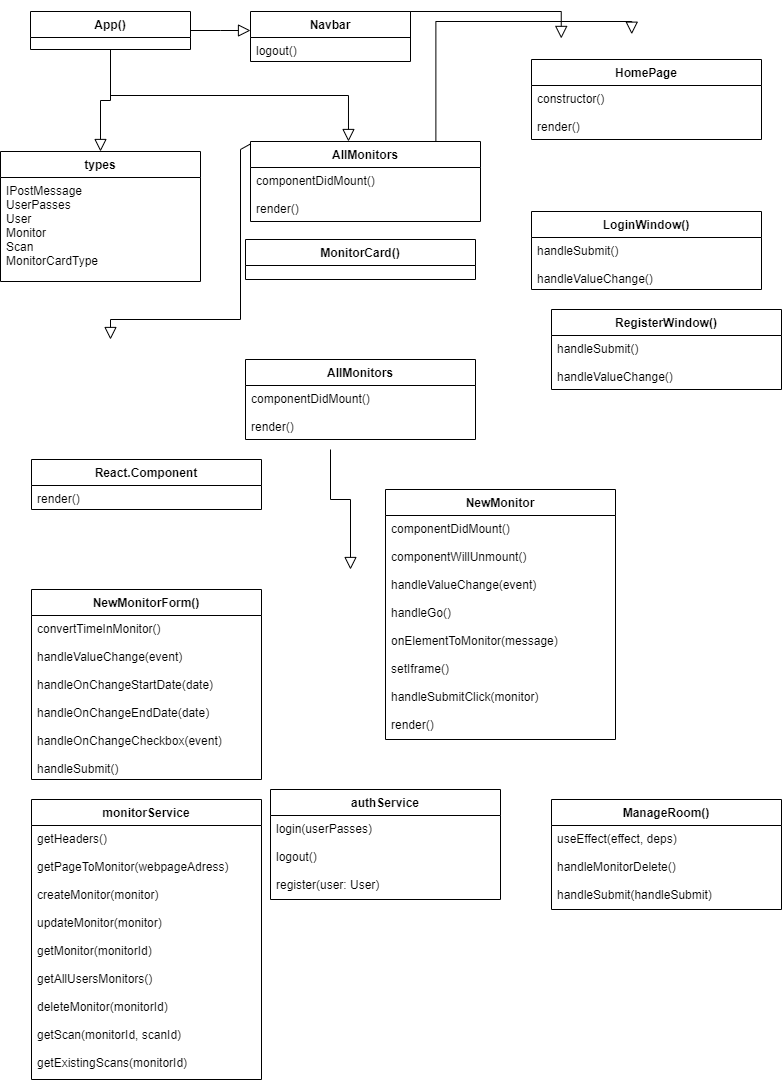
Earlier version of the draw.io export pdf/class-uml-front.png (JanKulbinski/WebsiteMonitor). Source tidied: cells renumbered, new cells last; positions are measured from the earlier drawing's top-left corner, leaving out a move shared by most shapes.
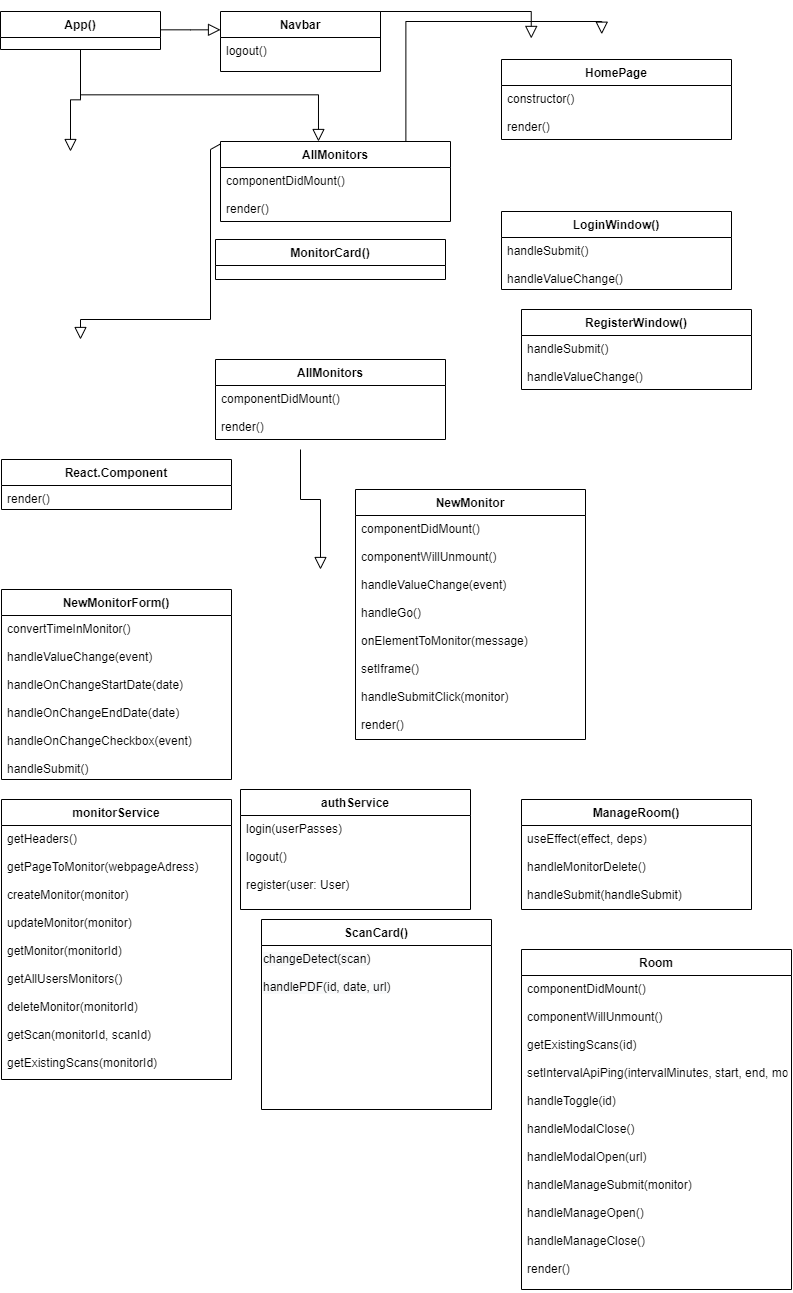
The same diagram one commit later.

Commit message:
get existing scan bug fixed

What changed in the source:
```diff
@@ -3,10 +3,10 @@
     <mxCell id="0" />
     <mxCell id="1" parent="0" />
     <mxCell id="2" value="Navbar" style="swimlane;fontStyle=1;align=center;verticalAlign=top;horizontal=1;startSize=26;rounded=0;shadow=0;strokeWidth=1;" parent="1" vertex="1">
-      <mxGeometry x="250" width="160" height="50" as="geometry" />
+      <mxGeometry x="250" width="160" height="60" as="geometry" />
     </mxCell>
     <mxCell id="3" value="logout()&#10;&#10;" style="text;align=left;verticalAlign=top;spacingLeft=4;spacingRight=4;overflow=hidden;" parent="2" vertex="1">
-      <mxGeometry y="26" width="160" height="24" as="geometry" />
+      <mxGeometry y="26" width="160" height="34" as="geometry" />
     </mxCell>
     <mxCell id="4" value="AllMonitors" style="swimlane;fontStyle=1;align=center;verticalAlign=top;horizontal=1;startSize=26;rounded=0;shadow=0;strokeWidth=1;" parent="1" vertex="1">
       <mxGeometry x="250" y="130" width="230" height="80" as="geometry" />
@@ -23,14 +23,10 @@
     <mxCell id="8" style="endArrow=block;endSize=10;endFill=0;shadow=0;strokeWidth=1;rounded=0;edgeStyle=elbowEdgeStyle;elbow=vertical;" parent="1" edge="1" source="7" target="2">
       <mxGeometry relative="1" as="geometry" />
     </mxCell>
-    <mxCell id="9" value="types" style="swimlane;fontStyle=1;align=center;verticalAlign=top;horizontal=1;startSize=26;" parent="1" vertex="1">
-      <mxGeometry y="140" width="200" height="130" as="geometry" />
-    </mxCell>
-    <mxCell id="10" value="IPostMessage&#10;UserPasses&#10;User&#10;Monitor&#10;Scan&#10;MonitorCardType&#10;" style="text;strokeColor=none;fillColor=none;align=left;verticalAlign=top;spacingLeft=4;spacingRight=4;overflow=hidden;" parent="9" vertex="1">
-      <mxGeometry y="26" width="200" height="104" as="geometry" />
-    </mxCell>
-    <mxCell id="11" style="endArrow=block;endSize=10;endFill=0;shadow=0;strokeWidth=1;rounded=0;edgeStyle=elbowEdgeStyle;elbow=vertical;exitX=0.5;exitY=1;exitDx=0;exitDy=0;" parent="1" edge="1" source="7" target="9">
-      <mxGeometry relative="1" as="geometry" />
+    <mxCell id="11" style="endArrow=block;endSize=10;endFill=0;shadow=0;strokeWidth=1;rounded=0;edgeStyle=elbowEdgeStyle;elbow=vertical;exitX=0.5;exitY=1;exitDx=0;exitDy=0;" parent="1" edge="1" source="7">
+      <mxGeometry relative="1" as="geometry">
+        <mxPoint x="100" y="140" as="targetPoint" />
+      </mxGeometry>
     </mxCell>
     <mxCell id="12" style="endArrow=block;endSize=10;endFill=0;shadow=0;strokeWidth=1;rounded=0;edgeStyle=elbowEdgeStyle;elbow=vertical;entryX=0.445;entryY=-0.007;entryDx=0;entryDy=0;entryPerimeter=0;exitX=0.806;exitY=-0.003;exitDx=0;exitDy=0;exitPerimeter=0;" parent="1" edge="1" source="4">
       <mxGeometry relative="1" as="geometry">
@@ -119,7 +115,7 @@
       <mxGeometry y="26" width="230" height="164" as="geometry" />
     </mxCell>
     <mxCell id="32" value="authService" style="swimlane;fontStyle=1;align=center;verticalAlign=top;horizontal=1;startSize=26;rounded=0;shadow=0;strokeWidth=1;" parent="1" vertex="1">
-      <mxGeometry x="270" y="778" width="230" height="110" as="geometry" />
+      <mxGeometry x="270" y="778" width="230" height="120" as="geometry" />
     </mxCell>
     <mxCell id="33" value="login(userPasses)&#10;&#10;logout()&#10;&#10;register(user: User)" style="text;align=left;verticalAlign=top;spacingLeft=4;spacingRight=4;overflow=hidden;" parent="32" vertex="1">
       <mxGeometry y="26" width="230" height="84" as="geometry" />
@@ -136,5 +132,17 @@
     <mxCell id="37" value="useEffect(effect, deps)&#10;&#10;handleMonitorDelete()&#10;&#10;handleSubmit(handleSubmit)" style="text;align=left;verticalAlign=top;spacingLeft=4;spacingRight=4;overflow=hidden;" parent="36" vertex="1">
       <mxGeometry y="26" width="230" height="84" as="geometry" />
     </mxCell>
+    <mxCell id="38" value="ScanCard()" style="swimlane;fontStyle=1;align=center;verticalAlign=top;horizontal=1;startSize=26;rounded=0;shadow=0;strokeWidth=1;" parent="1" vertex="1">
+      <mxGeometry x="291" y="908" width="230" height="190" as="geometry" />
+    </mxCell>
+    <mxCell id="39" value="&lt;span style=&quot;color: rgb(0, 0, 0); font-family: helvetica; font-size: 12px; font-style: normal; font-weight: 400; letter-spacing: normal; text-align: left; text-indent: 0px; text-transform: none; word-spacing: 0px; background-color: rgb(248, 249, 250); display: inline; float: none;&quot;&gt;changeDetect(scan)&lt;/span&gt;&lt;br style=&quot;padding: 0px; margin: 0px; color: rgb(0, 0, 0); font-family: helvetica; font-size: 12px; font-style: normal; font-weight: 400; letter-spacing: normal; text-align: left; text-indent: 0px; text-transform: none; word-spacing: 0px; background-color: rgb(248, 249, 250);&quot;&gt;&lt;br style=&quot;padding: 0px; margin: 0px; color: rgb(0, 0, 0); font-family: helvetica; font-size: 12px; font-style: normal; font-weight: 400; letter-spacing: normal; text-align: left; text-indent: 0px; text-transform: none; word-spacing: 0px; background-color: rgb(248, 249, 250);&quot;&gt;&lt;span style=&quot;color: rgb(0, 0, 0); font-family: helvetica; font-size: 12px; font-style: normal; font-weight: 400; letter-spacing: normal; text-align: left; text-indent: 0px; text-transform: none; word-spacing: 0px; background-color: rgb(248, 249, 250); display: inline; float: none;&quot;&gt;handlePDF(id, date, url)&lt;/span&gt;" style="text;whiteSpace=wrap;html=1;" parent="38" vertex="1">
+      <mxGeometry y="26" width="230" height="60" as="geometry" />
+    </mxCell>
+    <mxCell id="40" value="Room" style="swimlane;fontStyle=1;align=center;verticalAlign=top;horizontal=1;startSize=26;rounded=0;shadow=0;strokeWidth=1;" parent="1" vertex="1">
+      <mxGeometry x="551" y="938" width="270" height="340" as="geometry" />
+    </mxCell>
+    <mxCell id="41" value="componentDidMount()&#10;&#10;componentWillUnmount()&#10;&#10;getExistingScans(id)&#10;&#10;setIntervalApiPing(intervalMinutes, start, end, monitorId)&#10;&#10;handleToggle(id)&#10;&#10;handleModalClose()&#10;&#10;handleModalOpen(url)&#10;&#10;handleManageSubmit(monitor)&#10;&#10;handleManageOpen()&#10;&#10;handleManageClose()&#10;&#10;render()" style="text;align=left;verticalAlign=top;spacingLeft=4;spacingRight=4;overflow=hidden;" parent="40" vertex="1">
+      <mxGeometry y="26" width="270" height="314" as="geometry" />
+    </mxCell>
   </root>
 </mxGraphModel>
```
